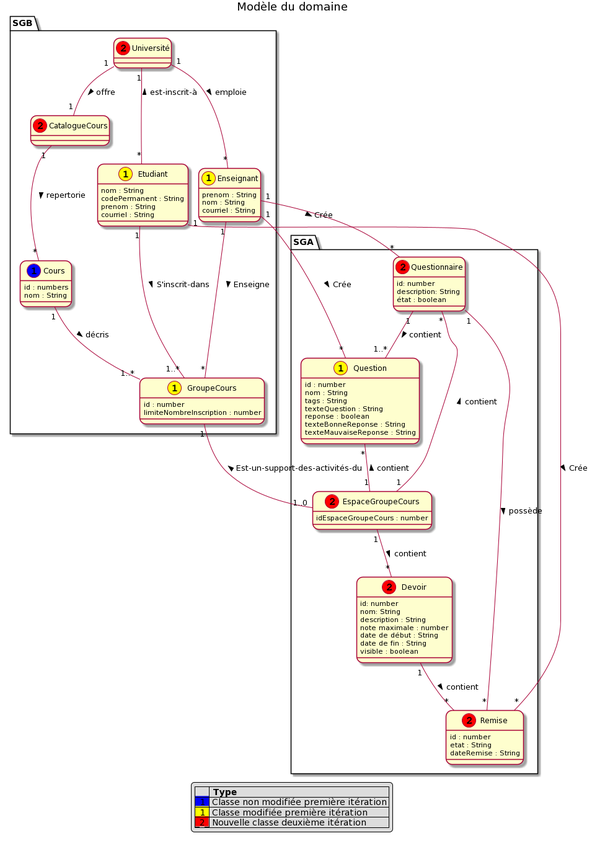
Earlier version of the PlantUML export out/docs/modeles/mdd/MDD.png (nerdz88/SGA-TS). Source of this version:
```plantuml
@startuml
skinparam defaultfontname Verdana
skinparam RoundCorner 20

title Modèle du domaine


package SGB{
    class Université << (2,red) >>{}

    class CatalogueCours << (2,red)>>{}

    class Enseignant << 1,yellow) >>{
    prenom : String
    nom : String
    courriel : String
    }

    class Etudiant << 1,yellow) >>{
    nom : String
    codePermanent : String
    prenom : String
    courriel : String
    }

    class Cours << (1,blue) >>{
    id : numbers
    nom : String
    }

    class GroupeCours << 1,yellow) >>{
        id : number
        limiteNombreInscription : number
    }
}

package SGA{
    class Devoir << (2,red) >>{
        id: number
        nom: String
        description : String
        note maximale : number
        date de début : String
        date de fin : String
        visible : boolean
    }

    class Remise << (2,red) >>{
        id : number
        etat : String
        dateRemise : String
    }

    class Question << 1,yellow) >>{
        id : number
        nom : String
        tags : String
        texteQuestion : String
        reponse : boolean
        texteBonneReponse : String
        texteMauvaiseReponse : String
    }

    class Questionnaire << (2,red) >>{
        id: number
        description: String
        état : boolean
    }

    class EspaceGroupeCours << (2,red) >>{
        idEspaceGroupeCours : number
    }
}

Université "1" -- "1"CatalogueCours : offre >
CatalogueCours "1"-- "*"Cours : repertorie >
Devoir "1"--"*" Remise : contient >
EspaceGroupeCours "1"--"*" Devoir: contient >
Université "1"--"*" Enseignant : emploie >
Questionnaire "1"--"1..*" Question : contient >
Questionnaire"1"--"*" Remise : possède >
Université "1"--"*" Etudiant : est-inscrit-à <
Question "*"--"1" EspaceGroupeCours : contient <
Questionnaire "*"--"1" EspaceGroupeCours : contient <
Etudiant "1" -- "1..*"GroupeCours : S'inscrit-dans >
Enseignant "1" -- "*"GroupeCours : Enseigne >
Cours "1" -- "1..*" GroupeCours : décris >
GroupeCours "1"-- "1..0"EspaceGroupeCours : Est-un-support-des-activités-du <
Etudiant "1" - "*" Remise : Crée >
Enseignant "1" - "*" Question : Crée >
Enseignant "1" - "*" Questionnaire : Crée >

legend
|= |= Type |
|<back:blue>_1_</back>| Classe non modifiée première itération |
|<back:yellow>_1_</back>| Classe modifiée première itération |
|<back:red>_2_</back>| Nouvelle classe deuxième itération |
endlegend
@enduml
```
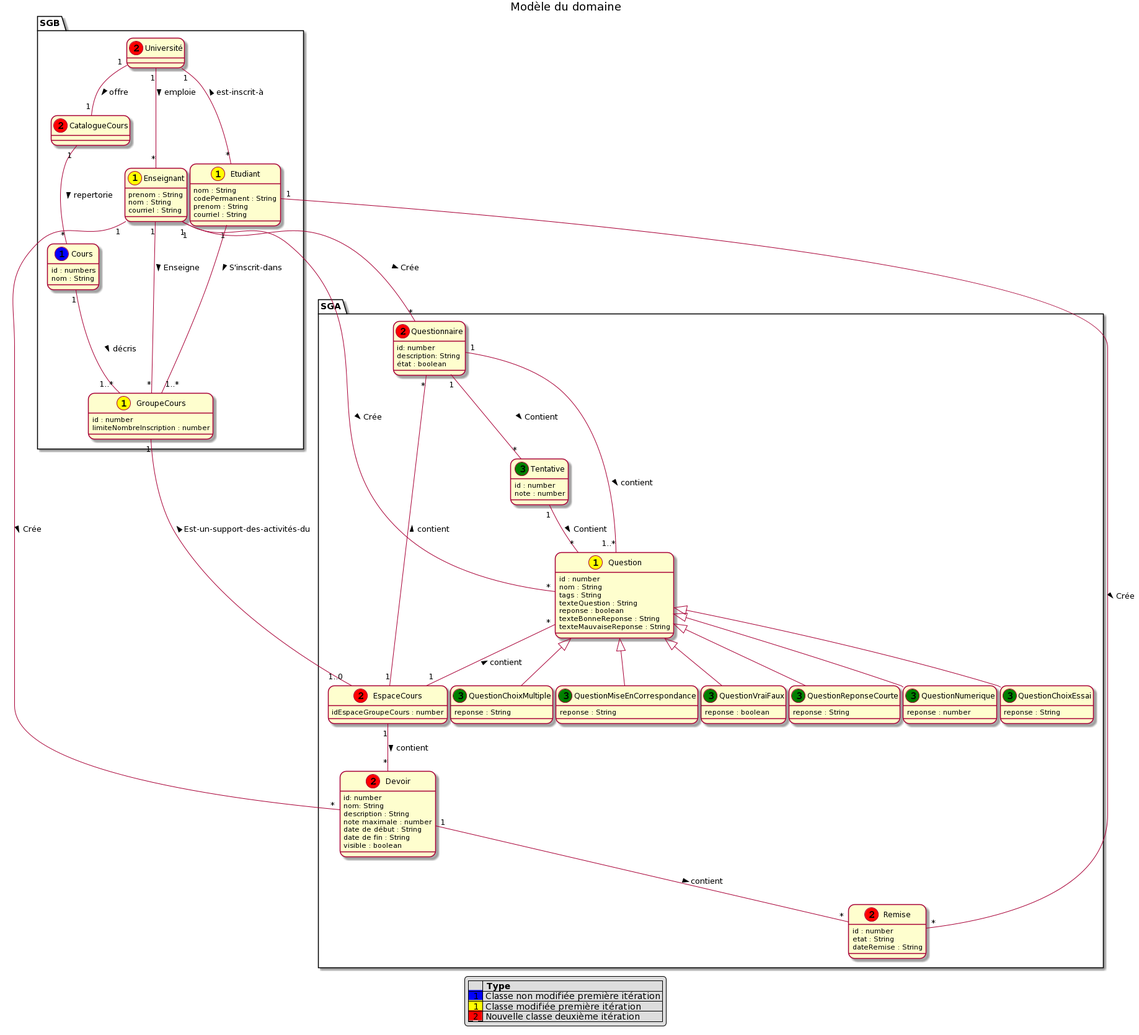
Later version of the same file.

Change to the diagram source:
```diff
@@ -49,6 +49,7 @@
         id : number
         etat : String
         dateRemise : String
+
     }
 
     class Question << 1,yellow) >>{
@@ -67,7 +68,35 @@
         état : boolean
     }
 
-    class EspaceGroupeCours << (2,red) >>{
+    class Tentative <<(3, green) >>{
+        id : number
+        note : number
+    }
+
+    class QuestionChoixMultiple <<(3, green) >> extends Question {
+        reponse : String
+    }
+
+    class QuestionVraiFaux<<(3, green) >> extends Question {
+        reponse : boolean
+    }
+
+    class QuestionMiseEnCorrespondance<<(3, green) >> extends Question {
+        reponse : String
+    }
+
+    class QuestionReponseCourte<<(3, green) >> extends Question {
+        reponse : String
+    }
+
+    class QuestionNumerique<<(3, green) >> extends Question {
+        reponse : number
+    }
+
+    class QuestionChoixEssai<<(3, green) >> extends Question {
+        reponse : String
+    }
+    class EspaceCours << (2,red) >>{
         idEspaceGroupeCours : number
     }
 }
@@ -75,20 +104,22 @@
 Université "1" -- "1"CatalogueCours : offre >
 CatalogueCours "1"-- "*"Cours : repertorie >
 Devoir "1"--"*" Remise : contient >
-EspaceGroupeCours "1"--"*" Devoir: contient >
+EspaceCours "1"--"*" Devoir: contient >
 Université "1"--"*" Enseignant : emploie >
 Questionnaire "1"--"1..*" Question : contient >
-Questionnaire"1"--"*" Remise : possède >
 Université "1"--"*" Etudiant : est-inscrit-à <
-Question "*"--"1" EspaceGroupeCours : contient <
-Questionnaire "*"--"1" EspaceGroupeCours : contient <
+Question "*"--"1" EspaceCours : contient <
+Questionnaire "*"--"1" EspaceCours : contient <
 Etudiant "1" -- "1..*"GroupeCours : S'inscrit-dans >
 Enseignant "1" -- "*"GroupeCours : Enseigne >
 Cours "1" -- "1..*" GroupeCours : décris >
-GroupeCours "1"-- "1..0"EspaceGroupeCours : Est-un-support-des-activités-du <
-Etudiant "1" - "*" Remise : Crée >
-Enseignant "1" - "*" Question : Crée >
-Enseignant "1" - "*" Questionnaire : Crée >
+GroupeCours "1"-- "1..0"EspaceCours : Est-un-support-des-activités-du <
+Etudiant "1" -- "*" Remise : Crée >
+Enseignant "1" -- "*" Question : Crée >
+Enseignant "1" -- "*" Questionnaire : Crée >
+Enseignant "1" -- "*" Devoir : Crée >
+Tentative "1" -- "*" Question : Contient >
+Questionnaire"1" -- "*"Tentative : Contient >
 
 legend
 |= |= Type |
```
